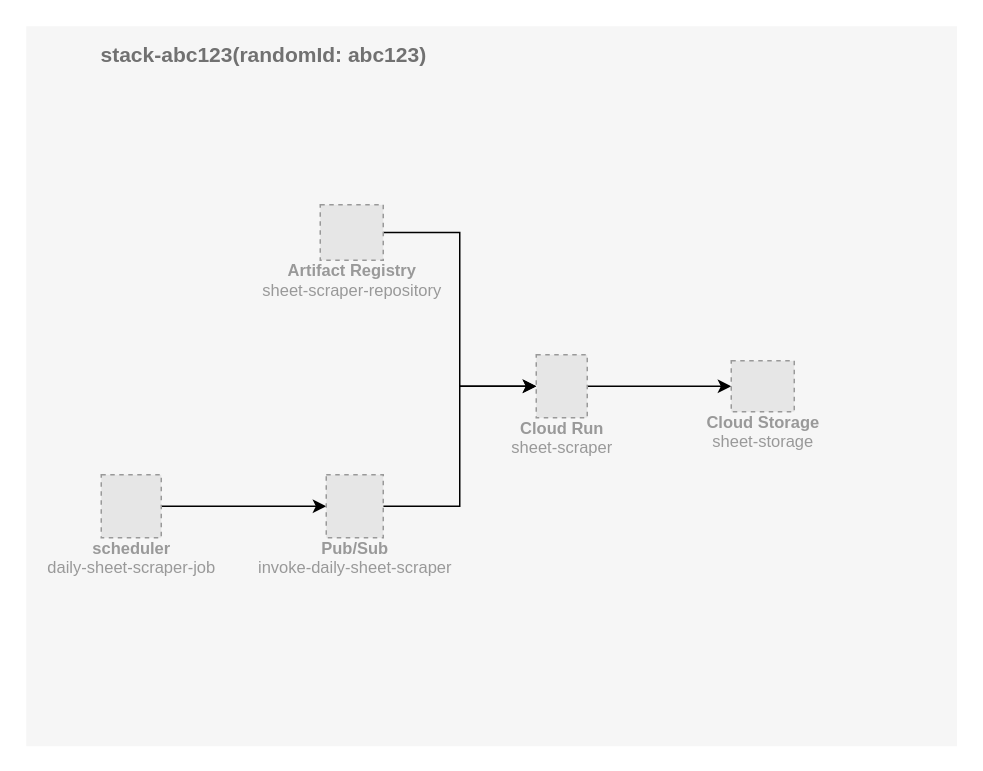
Above: page "stack-architecture" (1 of 2) of gcp/README.md.images/architecture.drawio in ano333333/ongeki-score-fetch (draw.io), before the change. Source tidied: cells renumbered, new cells numbered last; positions are measured from the earlier drawing's top-left corner, leaving out a move shared by most shapes. Both pictures are drawn from the tidied source at 150%, with x=0, y=0 at pixel (26, 26). Pictures stored in the file or linked from it are replaced by grey dashed boxes.
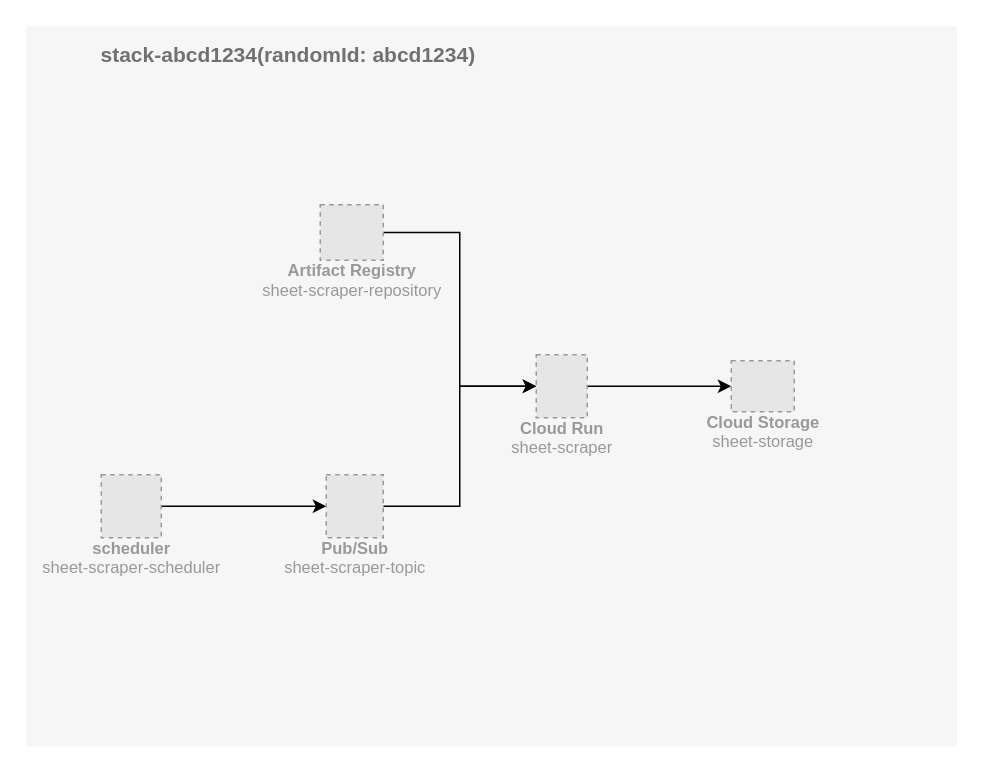
Above is the later version.

Commit message (it also covers changes not shown here):
docs: 最新のgcp構成に従い図を修正

- リソース名を修正
- スタックのsuffixの桁数を修正

Change to the diagram source:
```diff
@@
 <mxGraphModel>
   <root>
     <mxCell id="0" />
     <mxCell id="1" parent="0" />
-    <mxCell id="2" value="&lt;b&gt;stack-abc123(randomId: abc123)&lt;/b&gt;" style="fillColor=#F6F6F6;strokeColor=none;shadow=0;gradientColor=none;fontSize=14;align=left;spacing=10;fontColor=#717171;9E9E9E;verticalAlign=top;spacingTop=-4;fontStyle=0;spacingLeft=40;html=1;" parent="1" vertex="1">
+    <mxCell id="2" value="&lt;b&gt;stack-abcd1234(randomId: abcd1234&lt;/b&gt;&lt;b style=&quot;background-color: transparent; color: light-dark(rgb(113, 113, 113), rgb(140, 140, 140));&quot;&gt;)&lt;/b&gt;" style="fillColor=#F6F6F6;strokeColor=none;shadow=0;gradientColor=none;fontSize=14;align=left;spacing=10;fontColor=#717171;9E9E9E;verticalAlign=top;spacingTop=-4;fontStyle=0;spacingLeft=40;html=1;" parent="1" vertex="1">
       <mxGeometry width="620.5" height="480" as="geometry" />
     </mxCell>
     <mxCell id="3" style="edgeStyle=orthogonalEdgeStyle;rounded=0;jettySize=auto;html=1;exitX=1;exitY=0.5;exitDx=0;exitDy=0;entryX=0;entryY=0.5;entryDx=0;entryDy=0;" parent="1" edge="1" source="4" target="6">
       <mxGeometry relative="1" as="geometry" />
     </mxCell>
-    <mxCell id="4" value="scheduler&lt;div&gt;&lt;span style=&quot;font-weight: normal;&quot;&gt;daily-sheet-scraper-job&lt;/span&gt;&lt;/div&gt;" style="fillColor=#E6E6E6;strokeColor=#999999;dashed=1;html=1;verticalAlign=top;labelPosition=center;verticalLabelPosition=bottom;align=center;spacingTop=-6;fontSize=11;fontStyle=1;fontColor=#999999;" parent="1" vertex="1">
+    <mxCell id="4" value="scheduler&lt;div&gt;&lt;span style=&quot;font-weight: normal;&quot;&gt;sheet-scraper-scheduler&lt;/span&gt;&lt;/div&gt;" style="fillColor=#E6E6E6;strokeColor=#999999;dashed=1;html=1;verticalAlign=top;labelPosition=center;verticalLabelPosition=bottom;align=center;spacingTop=-6;fontSize=11;fontStyle=1;fontColor=#999999;" parent="1" vertex="1">
       <mxGeometry x="50" y="299" width="40" height="42" as="geometry" />
     </mxCell>
     <mxCell id="5" style="edgeStyle=orthogonalEdgeStyle;rounded=0;jettySize=auto;html=1;exitX=1;exitY=0.5;exitDx=0;exitDy=0;entryX=0;entryY=0.5;entryDx=0;entryDy=0;" parent="1" edge="1" source="6" target="8">
       <mxGeometry relative="1" as="geometry" />
     </mxCell>
-    <mxCell id="6" value="Pub/Sub&lt;div&gt;&lt;span style=&quot;font-weight: normal;&quot;&gt;invoke-daily-sheet-scraper&lt;/span&gt;&lt;/div&gt;" style="fillColor=#E6E6E6;strokeColor=#999999;dashed=1;html=1;verticalAlign=top;labelPosition=center;verticalLabelPosition=bottom;align=center;spacingTop=-6;fontSize=11;fontStyle=1;fontColor=#999999;" parent="1" vertex="1">
+    <mxCell id="6" value="Pub/Sub&lt;div&gt;&lt;span style=&quot;font-weight: normal;&quot;&gt;sheet-scraper-topic&lt;/span&gt;&lt;/div&gt;" style="fillColor=#E6E6E6;strokeColor=#999999;dashed=1;html=1;verticalAlign=top;labelPosition=center;verticalLabelPosition=bottom;align=center;spacingTop=-6;fontSize=11;fontStyle=1;fontColor=#999999;" parent="1" vertex="1">
       <mxGeometry x="200" y="299" width="38" height="42" as="geometry" />
     </mxCell>
     <mxCell id="7" style="edgeStyle=orthogonalEdgeStyle;rounded=0;jettySize=auto;html=1;exitX=1;exitY=0.5;exitDx=0;exitDy=0;" parent="1" edge="1" source="8" target="11">
       <mxGeometry relative="1" as="geometry" />
     </mxCell>
     <mxCell id="8" value="Cloud Run&lt;div&gt;&lt;span style=&quot;font-weight: normal;&quot;&gt;sheet-scraper&lt;/span&gt;&lt;/div&gt;" style="fillColor=#E6E6E6;strokeColor=#999999;dashed=1;html=1;verticalAlign=top;labelPosition=center;verticalLabelPosition=bottom;align=center;spacingTop=-6;fontSize=11;fontStyle=1;fontColor=#999999;" parent="1" vertex="1">
       <mxGeometry x="340" y="219" width="34" height="42" as="geometry" />
     </mxCell>
     <mxCell id="9" style="edgeStyle=orthogonalEdgeStyle;rounded=0;jettySize=auto;html=1;entryX=0;entryY=0.5;entryDx=0;entryDy=0;" parent="1" edge="1" source="10" target="8">
       <mxGeometry relative="1" as="geometry" />
     </mxCell>
     <mxCell id="10" value="Artifact Registry&lt;div&gt;&lt;span style=&quot;font-weight: normal;&quot;&gt;sheet-scraper-repository&lt;/span&gt;&lt;/div&gt;" style="fillColor=#E6E6E6;strokeColor=#999999;dashed=1;html=1;verticalAlign=top;labelPosition=center;verticalLabelPosition=bottom;align=center;spacingTop=-6;fontSize=11;fontStyle=1;fontColor=#999999;" parent="1" vertex="1">
       <mxGeometry x="196" y="119" width="42" height="37" as="geometry" />
     </mxCell>
     <mxCell id="11" value="Cloud Storage&lt;div&gt;&lt;span style=&quot;font-weight: normal;&quot;&gt;sheet-storage&lt;/span&gt;&lt;/div&gt;" style="fillColor=#E6E6E6;strokeColor=#999999;dashed=1;html=1;verticalAlign=top;labelPosition=center;verticalLabelPosition=bottom;align=center;spacingTop=-6;fontSize=11;fontStyle=1;fontColor=#999999;" parent="1" vertex="1">
       <mxGeometry x="470" y="223" width="42" height="34" as="geometry" />
     </mxCell>
   </root>
 </mxGraphModel>
```
